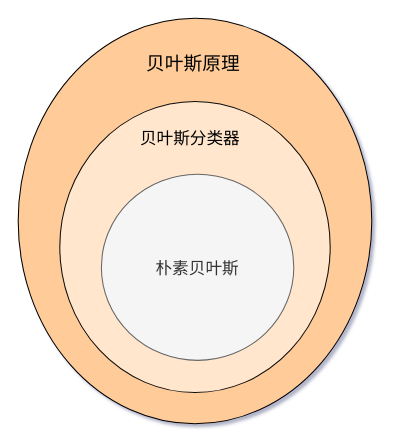
The draw.io diagram 贝叶斯关系.drawio in RecordLiu/blog_imgs, before the edit. Source tidied: cells renumbered, new cells numbered last; positions are measured from the earlier drawing's top-left corner, leaving out a move shared by most shapes. Both pictures are drawn from the tidied source at 104%, with x=0, y=0 at pixel (18, 18).
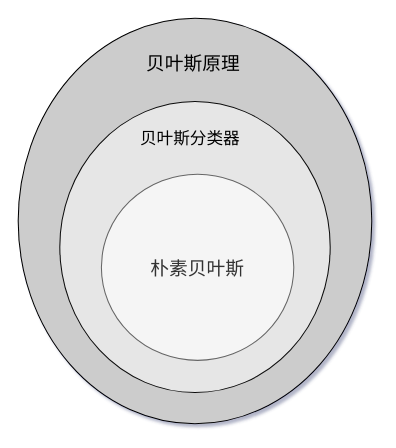
Above is the later version.

Commit message:
更新贝叶斯关系.drawio

What changed in the source:
```diff
@@
 <mxGraphModel shadow="1">
   <root>
     <mxCell id="0" />
     <mxCell id="1" parent="0" />
-    <mxCell id="2" style="ellipse;whiteSpace=wrap;html=1;fillColor=#FFCC99;strokeColor=default;fillStyle=auto;fontColor=#333333;gradientColor=none;" parent="1" vertex="1">
+    <mxCell id="2" style="ellipse;whiteSpace=wrap;html=1;fillColor=#CCCCCC;strokeColor=default;fillStyle=auto;fontColor=#333333;gradientColor=none;" parent="1" vertex="1">
       <mxGeometry width="340" height="390" as="geometry" />
     </mxCell>
-    <mxCell id="3" style="ellipse;whiteSpace=wrap;html=1;fillColor=#FFE6CC;strokeColor=#0d0d0d;fillStyle=auto;gradientColor=none;" parent="1" vertex="1">
+    <mxCell id="3" style="ellipse;whiteSpace=wrap;html=1;fillColor=#E6E6E6;strokeColor=#0d0d0d;fillStyle=auto;gradientColor=none;" parent="1" vertex="1">
       <mxGeometry x="40" y="80" width="260" height="280" as="geometry" />
     </mxCell>
-    <mxCell id="4" value="&lt;font face=&quot;Verdana&quot; style=&quot;font-size: 16px;&quot;&gt;朴素贝叶斯&lt;/font&gt;" style="ellipse;whiteSpace=wrap;html=1;fillColor=#f5f5f5;strokeColor=#666666;fontColor=#333333;" parent="1" vertex="1">
+    <mxCell id="4" value="&lt;font face=&quot;Verdana&quot; style=&quot;font-size: 18px;&quot;&gt;朴素贝叶斯&lt;/font&gt;" style="ellipse;whiteSpace=wrap;html=1;fillColor=#f5f5f5;strokeColor=#666666;fontColor=#333333;" parent="1" vertex="1">
       <mxGeometry x="80" y="150" width="185" height="179" as="geometry" />
     </mxCell>
     <mxCell id="5" value="&lt;font style=&quot;font-size: 16px;&quot;&gt;贝叶斯分类器&lt;/font&gt;" style="text;html=1;align=center;verticalAlign=middle;strokeColor=none;fillColor=none;" parent="1" vertex="1">
       <mxGeometry x="105" y="100" width="120" height="30" as="geometry" />
     </mxCell>
     <mxCell id="6" value="&lt;font style=&quot;font-size: 18px;&quot;&gt;贝叶斯原理&lt;/font&gt;" style="text;html=1;align=center;verticalAlign=middle;strokeColor=none;fillColor=none;" parent="1" vertex="1">
       <mxGeometry x="113" y="24" width="110" height="40" as="geometry" />
     </mxCell>
   </root>
 </mxGraphModel>
```
